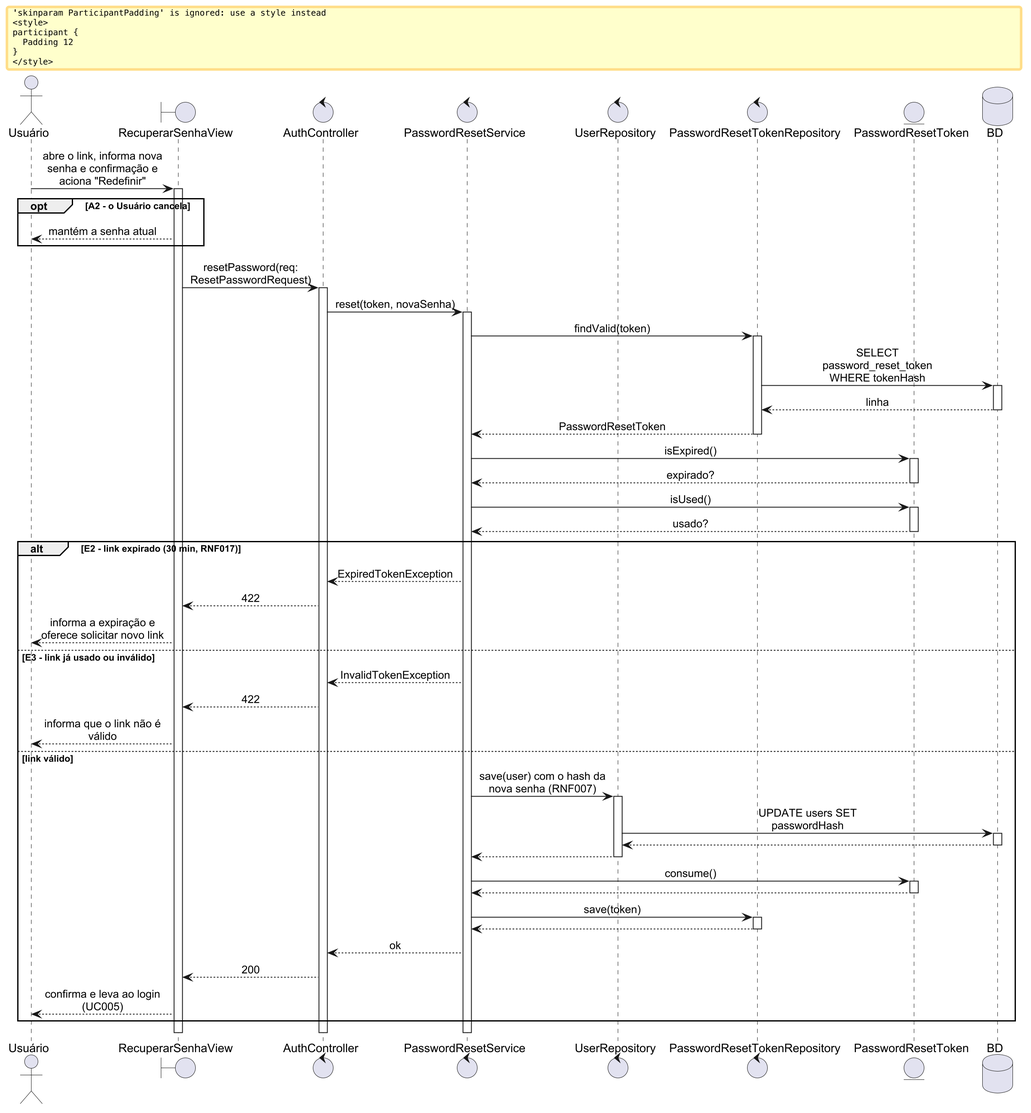
Plataforma-de-Cursos-TCC/plataforma-cursos-docs keeps this PlantUML diagram as especificacao/diagramas/14-sequencia-uc011-2.png. Above is the earlier version. The source it was exported from:
```plantuml
@startuml 14-sequencia-uc011-2
skinparam shadowing false
skinparam dpi 192
skinparam defaultFontName Arial
skinparam sequenceMessageAlign center
skinparam responseMessageBelowArrow true
skinparam wrapMessageWidth 170
skinparam ParticipantPadding 12
skinparam BoxPadding 8

actor "Usuário" as USU
boundary RecuperarSenhaView as V
control AuthController as C
control PasswordResetService as S
control UserRepository as R
control PasswordResetTokenRepository as TR
entity PasswordResetToken as PT
database BD

USU -> V ++ : abre o link, informa nova senha e confirmação e aciona "Redefinir"
opt A2 - o Usuário cancela
  V --> USU : mantém a senha atual
end
V -> C ++ : resetPassword(req: ResetPasswordRequest)
C -> S ++ : reset(token, novaSenha)
S -> TR ++ : findValid(token)
TR -> BD ++ : SELECT password_reset_token WHERE tokenHash
BD --> TR -- : linha
TR --> S -- : PasswordResetToken
S -> PT ++ : isExpired()
PT --> S -- : expirado?
S -> PT ++ : isUsed()
PT --> S -- : usado?
alt E2 - link expirado (30 min, RNF017)
  S --> C : ExpiredTokenException
  C --> V : 422
  V --> USU : informa a expiração e oferece solicitar novo link
else E3 - link já usado ou inválido
  S --> C : InvalidTokenException
  C --> V : 422
  V --> USU : informa que o link não é válido
else link válido
  S -> R ++ : save(user) com o hash da nova senha (RNF007)
  R -> BD ++ : UPDATE users SET passwordHash
  BD --> R --
  R --> S --
  S -> PT ++ : consume()
  PT --> S --
  S -> TR ++ : save(token)
  TR --> S --
  S --> C : ok
  C --> V : 200
  V --> USU : confirma e leva ao login (UC005)
end
deactivate S
deactivate C
deactivate V
@enduml
```
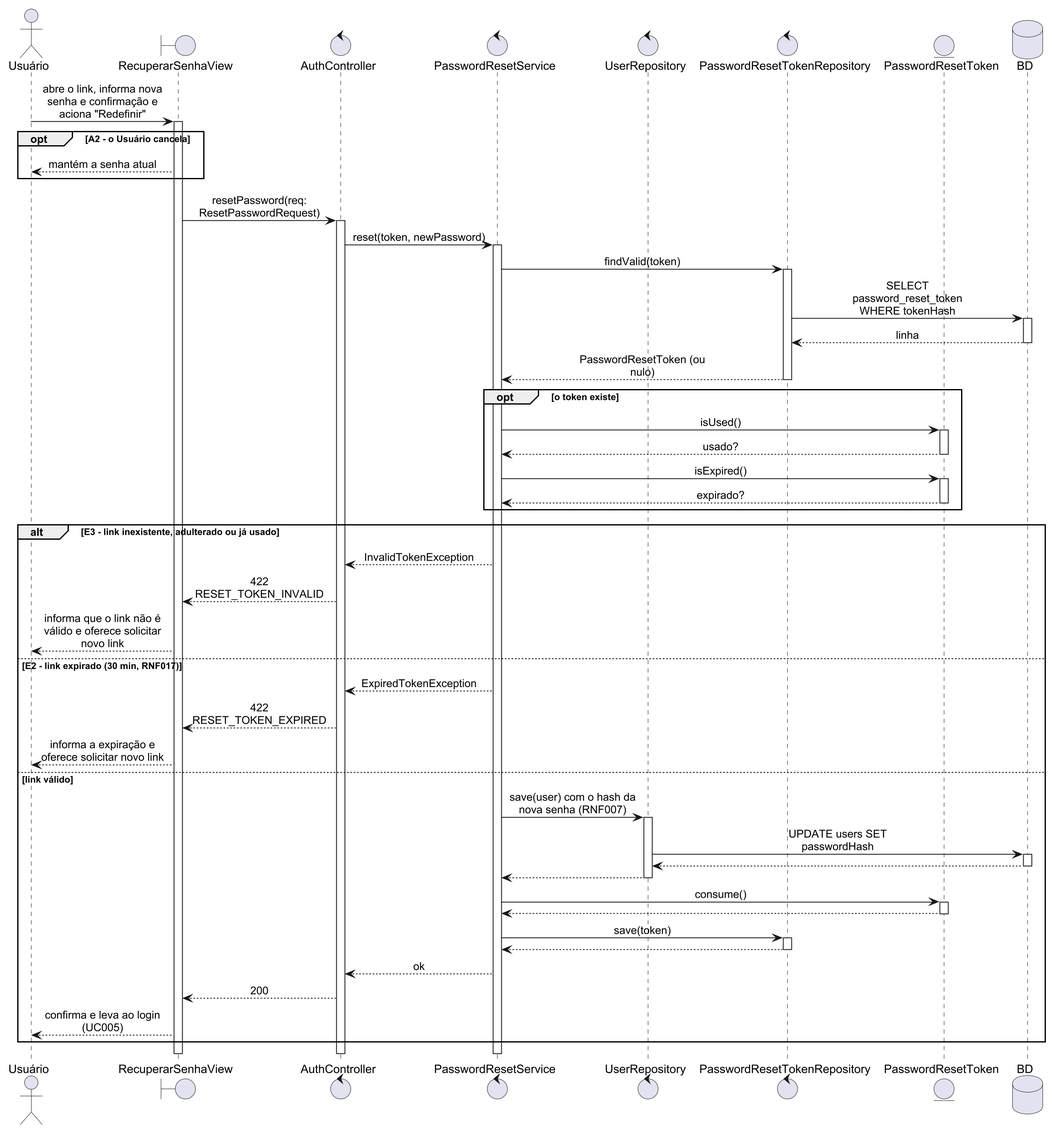
After the commit.

Change to the diagram source:
```diff
@@ -5,7 +5,6 @@
 skinparam sequenceMessageAlign center
 skinparam responseMessageBelowArrow true
 skinparam wrapMessageWidth 170
-skinparam ParticipantPadding 12
 skinparam BoxPadding 8
 
 actor "Usuário" as USU
@@ -22,23 +21,25 @@
   V --> USU : mantém a senha atual
 end
 V -> C ++ : resetPassword(req: ResetPasswordRequest)
-C -> S ++ : reset(token, novaSenha)
+C -> S ++ : reset(token, newPassword)
 S -> TR ++ : findValid(token)
 TR -> BD ++ : SELECT password_reset_token WHERE tokenHash
 BD --> TR -- : linha
-TR --> S -- : PasswordResetToken
-S -> PT ++ : isExpired()
-PT --> S -- : expirado?
-S -> PT ++ : isUsed()
-PT --> S -- : usado?
-alt E2 - link expirado (30 min, RNF017)
+TR --> S -- : PasswordResetToken (ou nulo)
+opt o token existe
+  S -> PT ++ : isUsed()
+  PT --> S -- : usado?
+  S -> PT ++ : isExpired()
+  PT --> S -- : expirado?
+end
+alt E3 - link inexistente, adulterado ou já usado
+  S --> C : InvalidTokenException
+  C --> V : 422 RESET_TOKEN_INVALID
+  V --> USU : informa que o link não é válido e oferece solicitar novo link
+else E2 - link expirado (30 min, RNF017)
   S --> C : ExpiredTokenException
-  C --> V : 422
+  C --> V : 422 RESET_TOKEN_EXPIRED
   V --> USU : informa a expiração e oferece solicitar novo link
-else E3 - link já usado ou inválido
-  S --> C : InvalidTokenException
-  C --> V : 422
-  V --> USU : informa que o link não é válido
 else link válido
   S -> R ++ : save(user) com o hash da nova senha (RNF007)
   R -> BD ++ : UPDATE users SET passwordHash
```
